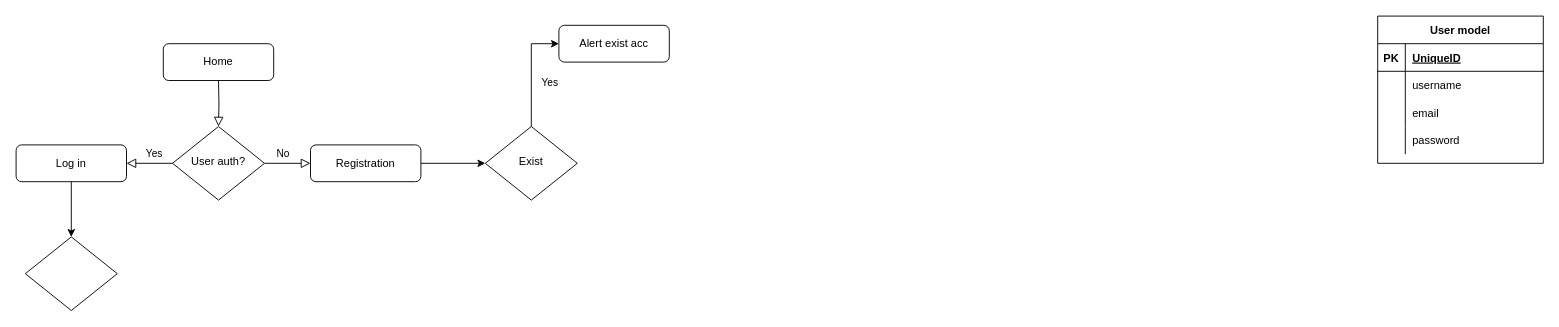
This is Untitled Diagram.drawio from mihnevich1989/drawio-diagramms, a draw.io file, before an edit. Source tidied: cells renumbered, new cells numbered last; positions are measured from the earlier drawing's top-left corner, leaving out a move shared by most shapes. Both pictures are drawn from the tidied source at 92%, with x=0, y=0 at pixel (16, 16).
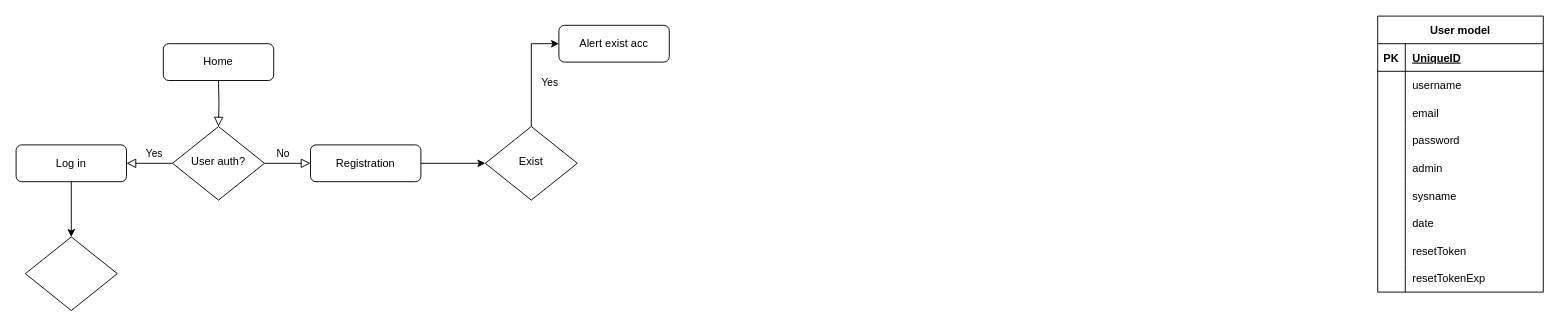
After the change.

Change to the diagram source:
```diff
@@
     <mxCell id="15" value="User model" style="shape=table;startSize=30;childLayout=tableLayout;rowLines=0;fontStyle=1;align=center;" parent="1" vertex="1">
-      <mxGeometry x="1480" width="180" height="160" as="geometry" />
+      <mxGeometry x="1480" width="180" height="300" as="geometry" />
     </mxCell>
@@
+    <mxCell id="28" style="shape=tableRow;horizontal=0;startSize=0;swimlaneHead=0;swimlaneBody=0;fillColor=none;top=0;left=0;right=0;bottom=0;" parent="15" vertex="1">
+      <mxGeometry y="150" width="180" height="30" as="geometry" />
+    </mxCell>
+    <mxCell id="29" style="shape=partialRectangle;fillColor=none;top=0;left=0;bottom=0;right=0;overflow=hidden;" parent="28" vertex="1">
+      <mxGeometry width="30" height="30" as="geometry" />
+    </mxCell>
+    <mxCell id="30" value="admin" style="shape=partialRectangle;fillColor=none;top=0;left=0;bottom=0;right=0;align=left;spacingLeft=6;overflow=hidden;" parent="28" vertex="1">
+      <mxGeometry x="30" width="150" height="30" as="geometry" />
+    </mxCell>
+    <mxCell id="31" style="shape=tableRow;horizontal=0;startSize=0;swimlaneHead=0;swimlaneBody=0;fillColor=none;top=0;left=0;right=0;bottom=0;" parent="15" vertex="1">
+      <mxGeometry y="180" width="180" height="30" as="geometry" />
+    </mxCell>
+    <mxCell id="32" style="shape=partialRectangle;fillColor=none;top=0;left=0;bottom=0;right=0;overflow=hidden;" parent="31" vertex="1">
+      <mxGeometry width="30" height="30" as="geometry" />
+    </mxCell>
+    <mxCell id="33" value="sysname" style="shape=partialRectangle;fillColor=none;top=0;left=0;bottom=0;right=0;align=left;spacingLeft=6;overflow=hidden;" parent="31" vertex="1">
+      <mxGeometry x="30" width="150" height="30" as="geometry" />
+    </mxCell>
+    <mxCell id="34" style="shape=tableRow;horizontal=0;startSize=0;swimlaneHead=0;swimlaneBody=0;fillColor=none;top=0;left=0;right=0;bottom=0;" parent="15" vertex="1">
+      <mxGeometry y="210" width="180" height="30" as="geometry" />
+    </mxCell>
+    <mxCell id="35" style="shape=partialRectangle;fillColor=none;top=0;left=0;bottom=0;right=0;overflow=hidden;" parent="34" vertex="1">
+      <mxGeometry width="30" height="30" as="geometry" />
+    </mxCell>
+    <mxCell id="36" value="date" style="shape=partialRectangle;fillColor=none;top=0;left=0;bottom=0;right=0;align=left;spacingLeft=6;overflow=hidden;" parent="34" vertex="1">
+      <mxGeometry x="30" width="150" height="30" as="geometry" />
+    </mxCell>
+    <mxCell id="37" style="shape=tableRow;horizontal=0;startSize=0;swimlaneHead=0;swimlaneBody=0;fillColor=none;top=0;left=0;right=0;bottom=0;" parent="15" vertex="1">
+      <mxGeometry y="240" width="180" height="30" as="geometry" />
+    </mxCell>
+    <mxCell id="38" style="shape=partialRectangle;fillColor=none;top=0;left=0;bottom=0;right=0;overflow=hidden;" parent="37" vertex="1">
+      <mxGeometry width="30" height="30" as="geometry" />
+    </mxCell>
+    <mxCell id="39" value="resetToken" style="shape=partialRectangle;fillColor=none;top=0;left=0;bottom=0;right=0;align=left;spacingLeft=6;overflow=hidden;" parent="37" vertex="1">
+      <mxGeometry x="30" width="150" height="30" as="geometry" />
+    </mxCell>
+    <mxCell id="40" style="shape=tableRow;horizontal=0;startSize=0;swimlaneHead=0;swimlaneBody=0;fillColor=none;top=0;left=0;right=0;bottom=0;" parent="15" vertex="1">
+      <mxGeometry y="270" width="180" height="30" as="geometry" />
+    </mxCell>
+    <mxCell id="41" style="shape=partialRectangle;fillColor=none;top=0;left=0;bottom=0;right=0;overflow=hidden;" parent="40" vertex="1">
+      <mxGeometry width="30" height="30" as="geometry" />
+    </mxCell>
+    <mxCell id="42" value="resetTokenExp" style="shape=partialRectangle;fillColor=none;top=0;left=0;bottom=0;right=0;align=left;spacingLeft=6;overflow=hidden;" parent="40" vertex="1">
+      <mxGeometry x="30" width="150" height="30" as="geometry" />
+    </mxCell>
```
